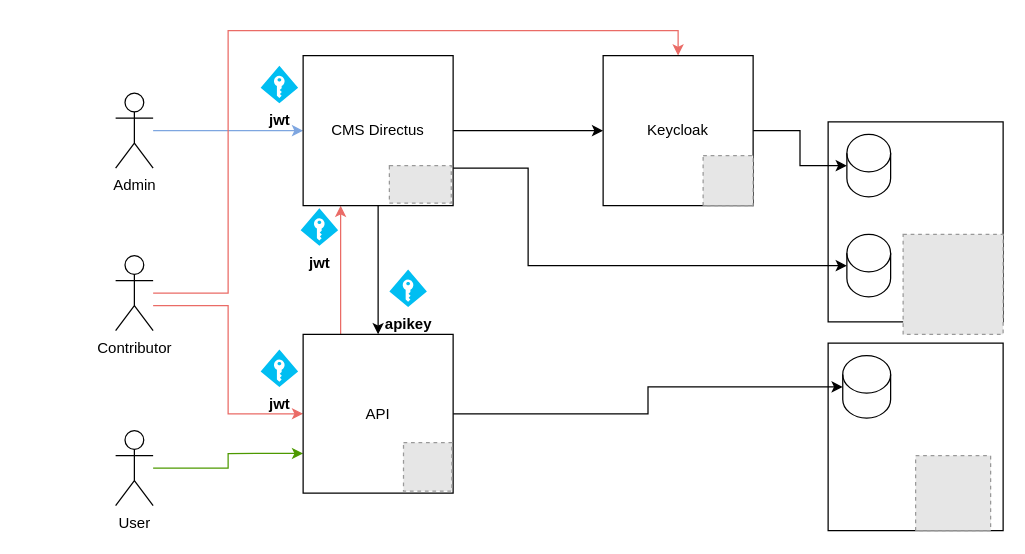
Above: doc/architecture.drawio in epourail/pewpui (draw.io), before the change. Source tidied: cells renumbered, new cells numbered last; positions are measured from the earlier drawing's top-left corner, leaving out a move shared by most shapes. Both pictures are drawn from the tidied source at 125%, with x=0, y=0 at pixel (115, 30). Pictures stored in the file or linked from it are replaced by grey dashed boxes.
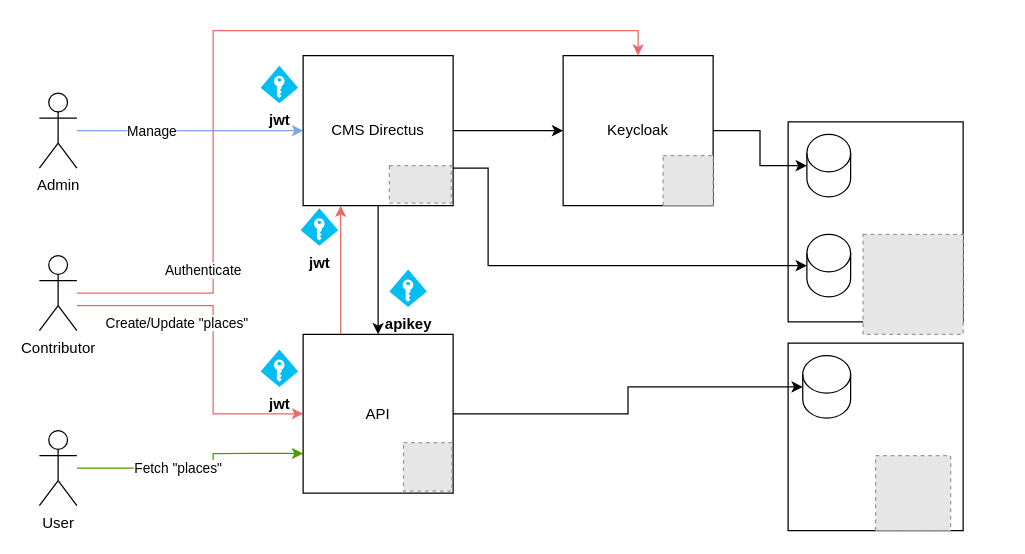
After the change.

Commit message (it also covers changes not shown here):
feature/api

Unchanged cells that the change refers to:
```xml
<mxCell id="15" style="shape=cylinder3;whiteSpace=wrap;html=1;boundedLbl=1;backgroundOutline=1;size=15;" parent="11" vertex="1">
  <mxGeometry x="15" y="90" width="35" height="50" as="geometry" />
</mxCell>
<mxCell id="28" value="API" style="rounded=0;whiteSpace=wrap;html=1;" parent="1" vertex="1">
  <mxGeometry x="150" y="243" width="120" height="127" as="geometry" />
</mxCell>
<mxCell id="30" value="CMS Directus" style="rounded=0;whiteSpace=wrap;html=1;" parent="1" vertex="1">
  <mxGeometry x="150" y="20" width="120" height="120" as="geometry" />
</mxCell>
```

What changed in the source:
```diff
@@
     <mxCell id="2" style="group;" parent="1" vertex="1">
-      <mxGeometry x="570" y="250" width="140" height="150" as="geometry" />
+      <mxGeometry x="538" y="250" width="140" height="150" as="geometry" />
     </mxCell>
@@
     <mxCell id="6" style="edgeStyle=orthogonalEdgeStyle;rounded=0;jettySize=auto;html=1;strokeColor=#7EA6E0;" parent="1" edge="1" source="8" target="30">
       <mxGeometry relative="1" as="geometry">
         <Array as="points">
-          <mxPoint x="60" y="80" />
-          <mxPoint x="60" y="80" />
+          <mxPoint x="28" y="80" />
+          <mxPoint x="28" y="80" />
         </Array>
       </mxGeometry>
     </mxCell>
+    <mxCell id="34" value="Manage" style="edgeLabel;html=1;align=center;verticalAlign=middle;" parent="6" vertex="1">
+      <mxGeometry x="0.23" y="1" relative="1" as="geometry">
+        <mxPoint x="-52" y="1" as="offset" />
+      </mxGeometry>
+    </mxCell>
     <mxCell id="7" style="edgeStyle=orthogonalEdgeStyle;rounded=0;jettySize=auto;html=1;strokeColor=#EA6B66;entryX=0;entryY=0.5;entryDx=0;entryDy=0;" parent="1" edge="1" source="25" target="28">
       <mxGeometry relative="1" as="geometry">
         <Array as="points">
-          <mxPoint x="90" y="220" />
-          <mxPoint x="90" y="307" />
+          <mxPoint x="78" y="220" />
+          <mxPoint x="78" y="307" />
         </Array>
       </mxGeometry>
     </mxCell>
+    <mxCell id="35" value="Create/Update &quot;places&quot;" style="edgeLabel;html=1;align=center;verticalAlign=middle;" parent="7" vertex="1">
+      <mxGeometry x="-0.29" relative="1" as="geometry">
+        <mxPoint x="-16" y="13" as="offset" />
+      </mxGeometry>
+    </mxCell>
     <mxCell id="8" value="Admin" style="shape=umlActor;verticalLabelPosition=bottom;verticalAlign=top;html=1;outlineConnect=0;" parent="1" vertex="1">
-      <mxGeometry y="50" width="30" height="60" as="geometry" />
+      <mxGeometry x="-61" y="50" width="30" height="60" as="geometry" />
     </mxCell>
     <mxCell id="9" style="edgeStyle=orthogonalEdgeStyle;rounded=0;jettySize=auto;html=1;strokeColor=#4D9900;entryX=0;entryY=0.75;entryDx=0;entryDy=0;" parent="1" edge="1" source="10" target="28">
-      <mxGeometry relative="1" as="geometry" />
+      <mxGeometry relative="1" as="geometry">
+        <Array as="points">
+          <mxPoint x="78" y="350" />
+          <mxPoint x="78" y="338" />
+        </Array>
+      </mxGeometry>
     </mxCell>
+    <mxCell id="36" value="Fetch &quot;places&quot;" style="edgeLabel;html=1;align=center;verticalAlign=middle;" parent="9" vertex="1">
+      <mxGeometry x="-0.32" y="1" relative="1" as="geometry">
+        <mxPoint x="14" as="offset" />
+      </mxGeometry>
+    </mxCell>
     <mxCell id="10" value="User" style="shape=umlActor;verticalLabelPosition=bottom;verticalAlign=top;html=1;outlineConnect=0;" parent="1" vertex="1">
-      <mxGeometry y="320" width="30" height="60" as="geometry" />
+      <mxGeometry x="-61" y="320" width="30" height="60" as="geometry" />
     </mxCell>
     <mxCell id="11" style="group;" parent="1" vertex="1">
-      <mxGeometry x="570" y="73" width="140" height="170" as="geometry" />
+      <mxGeometry x="538" y="73" width="140" height="170" as="geometry" />
     </mxCell>
@@
     <mxCell id="17" style="edgeStyle=orthogonalEdgeStyle;rounded=0;jettySize=auto;html=1;entryX=0;entryY=0.5;entryDx=0;entryDy=0;entryPerimeter=0;exitX=1;exitY=0.75;exitDx=0;exitDy=0;" parent="1" edge="1" source="30" target="15">
       <mxGeometry relative="1" as="geometry">
         <Array as="points">
-          <mxPoint x="330" y="110" />
-          <mxPoint x="330" y="188" />
+          <mxPoint x="298" y="110" />
+          <mxPoint x="298" y="188" />
         </Array>
       </mxGeometry>
     </mxCell>
@@
     <mxCell id="24" style="edgeStyle=orthogonalEdgeStyle;rounded=0;jettySize=auto;html=1;strokeColor=#EA6B66;" parent="1" edge="1" source="25" target="32">
       <mxGeometry relative="1" as="geometry">
         <Array as="points">
-          <mxPoint x="90" y="210" />
-          <mxPoint x="90" />
-          <mxPoint x="450" />
+          <mxPoint x="78" y="210" />
+          <mxPoint x="78" />
+          <mxPoint x="418" />
         </Array>
       </mxGeometry>
     </mxCell>
+    <mxCell id="37" value="Authenticate" style="edgeLabel;html=1;align=center;verticalAlign=middle;" parent="24" vertex="1">
+      <mxGeometry x="-0.9" y="1" relative="1" as="geometry">
+        <mxPoint x="66" y="-18" as="offset" />
+      </mxGeometry>
+    </mxCell>
     <mxCell id="25" value="Contributor" style="shape=umlActor;verticalLabelPosition=bottom;verticalAlign=top;html=1;outlineConnect=0;" parent="1" vertex="1">
-      <mxGeometry y="180" width="30" height="60" as="geometry" />
+      <mxGeometry x="-61" y="180" width="30" height="60" as="geometry" />
     </mxCell>
@@
     <mxCell id="32" value="Keycloak" style="whiteSpace=wrap;html=1;" parent="1" vertex="1">
-      <mxGeometry x="390" y="20" width="120" height="120" as="geometry" />
+      <mxGeometry x="358" y="20" width="120" height="120" as="geometry" />
     </mxCell>
     <mxCell id="33" style="fillColor=#E6E6E6;strokeColor=#999999;dashed=1;verticalLabelPosition=bottom;labelBackgroundColor=default;verticalAlign=top;" parent="1" vertex="1">
-      <mxGeometry x="470" y="100" width="40" height="40" as="geometry" />
+      <mxGeometry x="438" y="100" width="40" height="40" as="geometry" />
     </mxCell>
```
